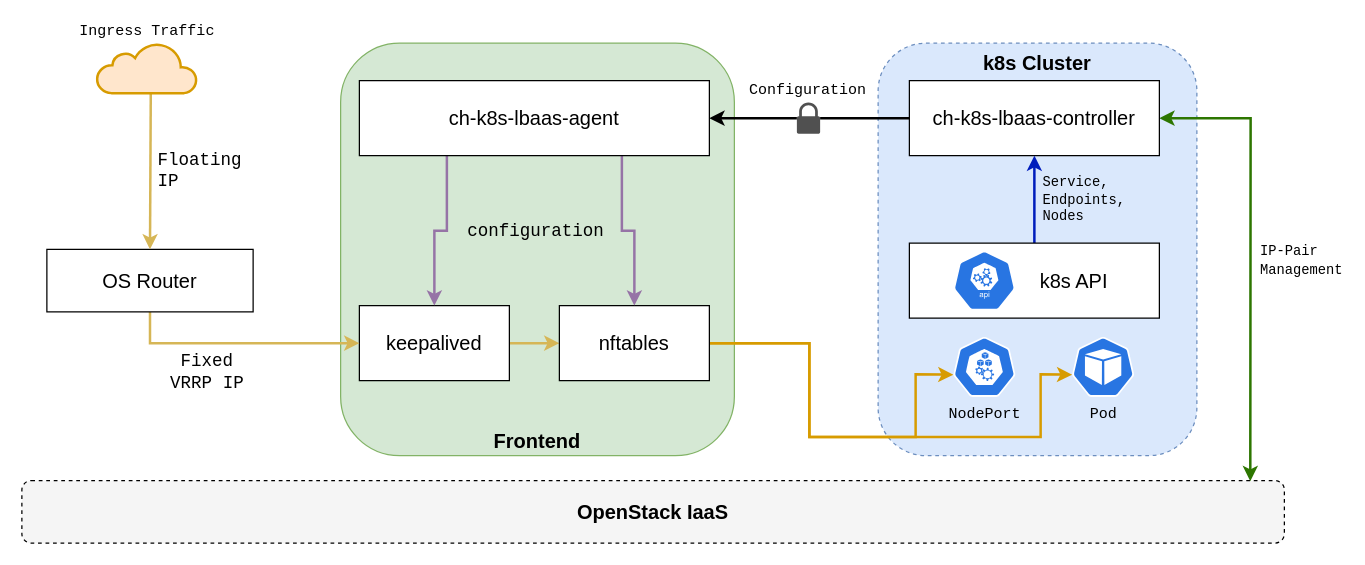
Above: docs/img/ch-k8s-lbaas-overview.drawio in alasca-association/tarook (draw.io), before the change. Source tidied: cells renumbered, new cells numbered last; positions are measured from the earlier drawing's top-left corner, leaving out a move shared by most shapes. Both pictures are drawn from the tidied source at 125%, with x=0, y=0 at pixel (21, 42).
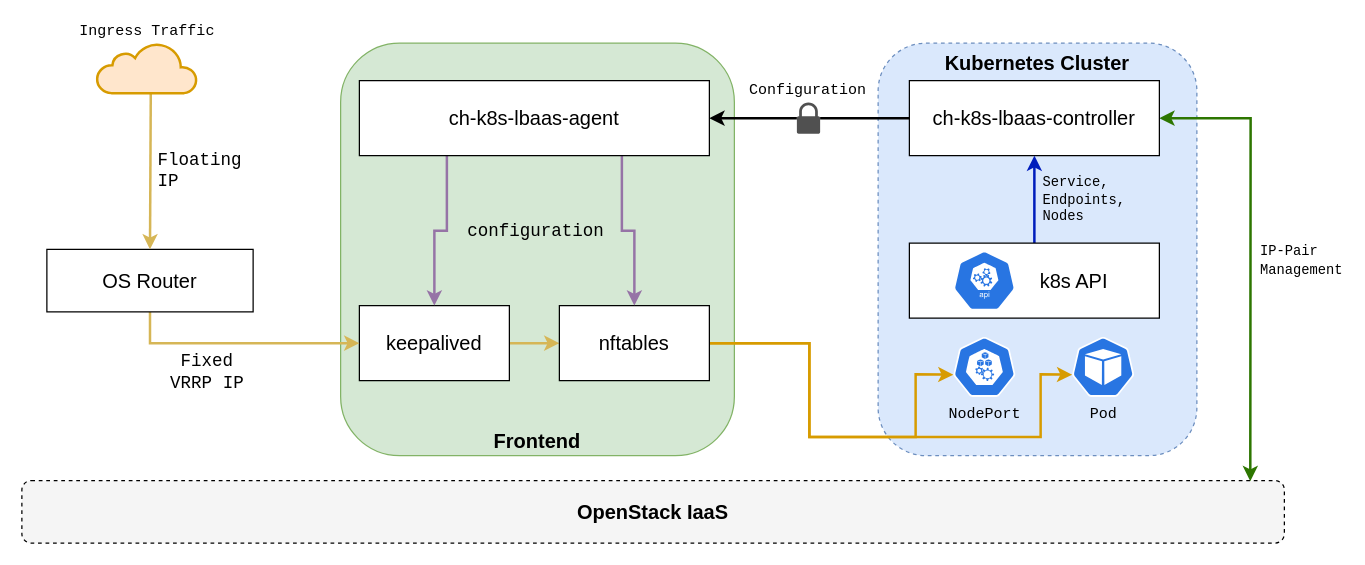
The same diagram, later.

Change to the diagram source:
```diff
@@
-    <mxCell id="3" value="&lt;font style=&quot;font-size: 16px&quot;&gt;k8s Cluster&lt;/font&gt;" style="rounded=1;whiteSpace=wrap;html=1;dashed=1;fillColor=#dae8fc;strokeColor=#6c8ebf;labelPosition=center;verticalLabelPosition=middle;align=center;verticalAlign=top;fontStyle=1;" parent="1" vertex="1">
+    <mxCell id="3" value="&lt;font style=&quot;font-size: 16px&quot;&gt;Kubernetes Cluster&lt;/font&gt;" style="rounded=1;whiteSpace=wrap;html=1;dashed=1;fillColor=#dae8fc;strokeColor=#6c8ebf;labelPosition=center;verticalLabelPosition=middle;align=center;verticalAlign=top;fontStyle=1;" parent="1" vertex="1">
       <mxGeometry x="685" width="255" height="330" as="geometry" />
     </mxCell>
```
